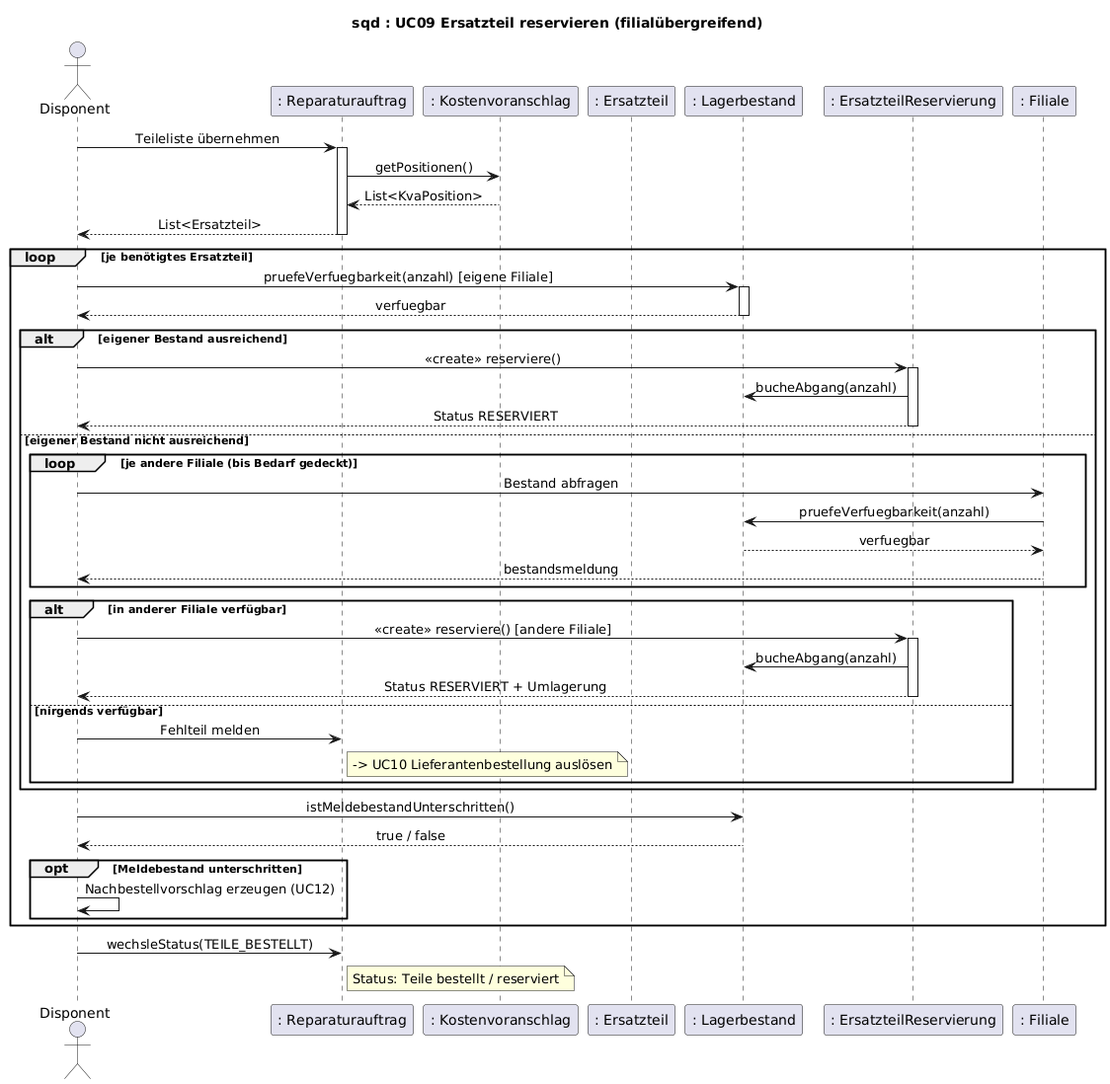
Earlier version of the PlantUML export uml/sequenz-03-reservierung.png (jakobschwan123-cmd/casestudy-semester-3). Its diagram source:
```plantuml
@startuml
title sqd : UC09 Ersatzteil reservieren (filialübergreifend)
skinparam defaultFontName Arial
skinparam sequenceMessageAlign center
actor Disponent
participant ": Reparaturauftrag" as RA
participant ": Kostenvoranschlag" as KVA
participant ": Ersatzteil" as ET
participant ": Lagerbestand" as LB
participant ": ErsatzteilReservierung" as RES
participant ": Filiale" as FIL

Disponent -> RA : Teileliste übernehmen
activate RA
RA -> KVA : getPositionen()
KVA --> RA : List<KvaPosition>
RA --> Disponent : List<Ersatzteil>
deactivate RA

loop je benötigtes Ersatzteil
    Disponent -> LB : pruefeVerfuegbarkeit(anzahl) [eigene Filiale]
    activate LB
    LB --> Disponent : verfuegbar
    deactivate LB
    alt eigener Bestand ausreichend
        Disponent -> RES : <<create>> reserviere()
        activate RES
        RES -> LB : bucheAbgang(anzahl)
        RES --> Disponent : Status RESERVIERT
        deactivate RES
    else eigener Bestand nicht ausreichend
        loop je andere Filiale (bis Bedarf gedeckt)
            Disponent -> FIL : Bestand abfragen
            FIL -> LB : pruefeVerfuegbarkeit(anzahl)
            LB --> FIL : verfuegbar
            FIL --> Disponent : bestandsmeldung
        end
        alt in anderer Filiale verfügbar
            Disponent -> RES : <<create>> reserviere() [andere Filiale]
            activate RES
            RES -> LB : bucheAbgang(anzahl)
            RES --> Disponent : Status RESERVIERT + Umlagerung
            deactivate RES
        else nirgends verfügbar
            Disponent -> RA : Fehlteil melden
            note right of RA : -> UC10 Lieferantenbestellung auslösen
        end
    end
    Disponent -> LB : istMeldebestandUnterschritten()
    LB --> Disponent : true / false
    opt Meldebestand unterschritten
        Disponent -> Disponent : Nachbestellvorschlag erzeugen (UC12)
    end
end
Disponent -> RA : wechsleStatus(TEILE_BESTELLT)
note right of RA : Status: Teile bestellt / reserviert
@enduml
```
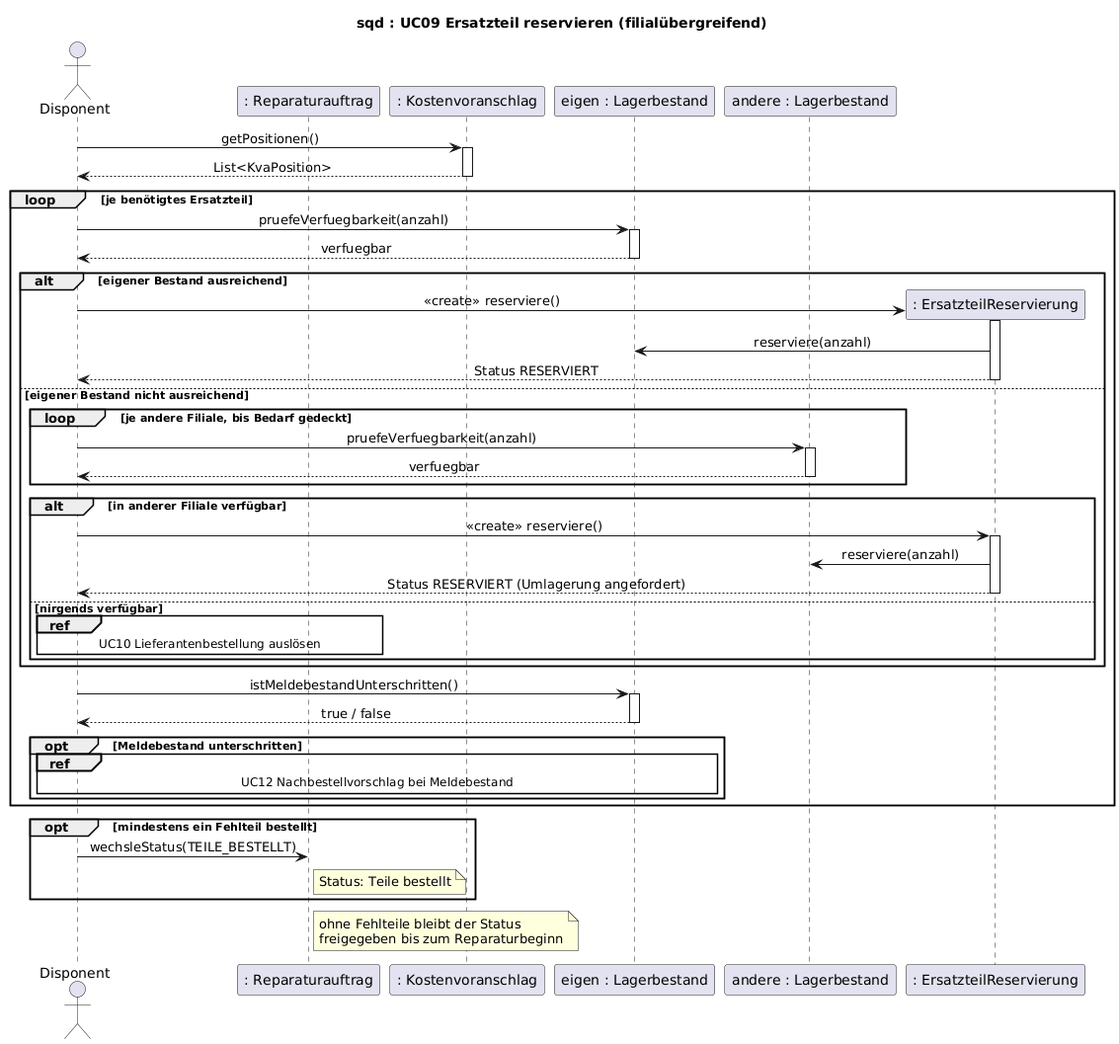
Above is the later version.

Diff of the diagram source:
```diff
@@ -5,53 +5,55 @@
 actor Disponent
 participant ": Reparaturauftrag" as RA
 participant ": Kostenvoranschlag" as KVA
-participant ": Ersatzteil" as ET
-participant ": Lagerbestand" as LB
+participant "eigen : Lagerbestand" as LB
+participant "andere : Lagerbestand" as AL
 participant ": ErsatzteilReservierung" as RES
-participant ": Filiale" as FIL
 
-Disponent -> RA : Teileliste übernehmen
-activate RA
-RA -> KVA : getPositionen()
-KVA --> RA : List<KvaPosition>
-RA --> Disponent : List<Ersatzteil>
-deactivate RA
+Disponent -> KVA : getPositionen()
+activate KVA
+KVA --> Disponent : List<KvaPosition>
+deactivate KVA
 
 loop je benötigtes Ersatzteil
-    Disponent -> LB : pruefeVerfuegbarkeit(anzahl) [eigene Filiale]
+    Disponent -> LB : pruefeVerfuegbarkeit(anzahl)
     activate LB
     LB --> Disponent : verfuegbar
     deactivate LB
     alt eigener Bestand ausreichend
+        create RES
         Disponent -> RES : <<create>> reserviere()
         activate RES
-        RES -> LB : bucheAbgang(anzahl)
+        RES -> LB : reserviere(anzahl)
         RES --> Disponent : Status RESERVIERT
         deactivate RES
     else eigener Bestand nicht ausreichend
-        loop je andere Filiale (bis Bedarf gedeckt)
-            Disponent -> FIL : Bestand abfragen
-            FIL -> LB : pruefeVerfuegbarkeit(anzahl)
-            LB --> FIL : verfuegbar
-            FIL --> Disponent : bestandsmeldung
+        loop je andere Filiale, bis Bedarf gedeckt
+            Disponent -> AL : pruefeVerfuegbarkeit(anzahl)
+            activate AL
+            AL --> Disponent : verfuegbar
+            deactivate AL
         end
         alt in anderer Filiale verfügbar
-            Disponent -> RES : <<create>> reserviere() [andere Filiale]
+            Disponent -> RES : <<create>> reserviere()
             activate RES
-            RES -> LB : bucheAbgang(anzahl)
-            RES --> Disponent : Status RESERVIERT + Umlagerung
+            RES -> AL : reserviere(anzahl)
+            RES --> Disponent : Status RESERVIERT (Umlagerung angefordert)
             deactivate RES
         else nirgends verfügbar
-            Disponent -> RA : Fehlteil melden
-            note right of RA : -> UC10 Lieferantenbestellung auslösen
+            ref over Disponent, RA : UC10 Lieferantenbestellung auslösen
         end
     end
     Disponent -> LB : istMeldebestandUnterschritten()
+    activate LB
     LB --> Disponent : true / false
+    deactivate LB
     opt Meldebestand unterschritten
-        Disponent -> Disponent : Nachbestellvorschlag erzeugen (UC12)
+        ref over Disponent, LB : UC12 Nachbestellvorschlag bei Meldebestand
     end
 end
-Disponent -> RA : wechsleStatus(TEILE_BESTELLT)
-note right of RA : Status: Teile bestellt / reserviert
+opt mindestens ein Fehlteil bestellt
+    Disponent -> RA : wechsleStatus(TEILE_BESTELLT)
+    note right of RA : Status: Teile bestellt
+end
+note right of RA : ohne Fehlteile bleibt der Status\nfreigegeben bis zum Reparaturbeginn
 @enduml
```
